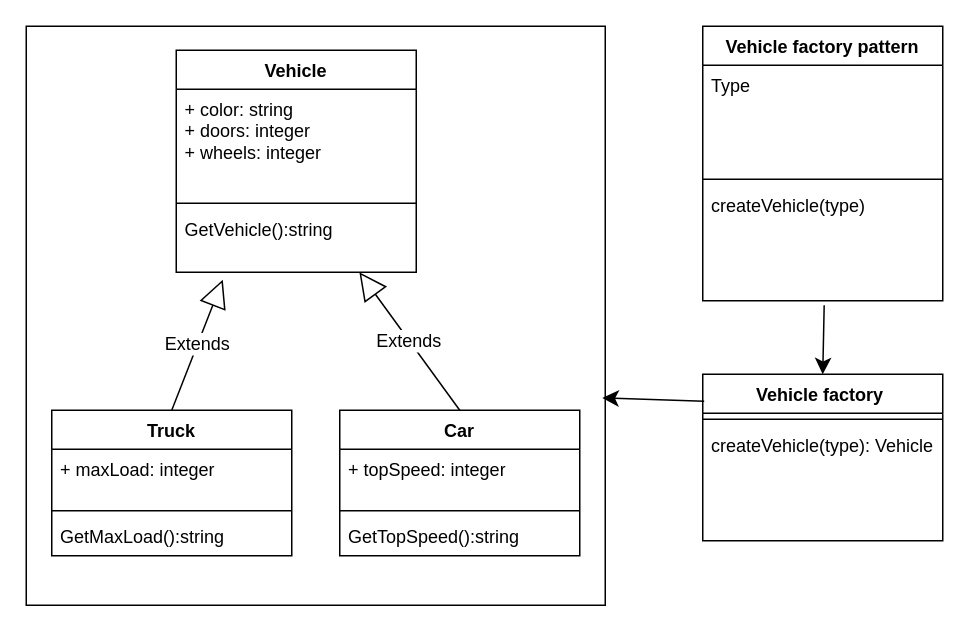
Earlier version of the draw.io diagram page "Page-2" (2 of 2) of firstTask.drawio (MacroFlower/NoroffFirst). Source tidied: cells renumbered, new cells numbered last; positions are measured from the earlier drawing's top-left corner, leaving out a move shared by most shapes. Both pictures are drawn from the tidied source at 150%, with x=0, y=0 at pixel (26, 26).
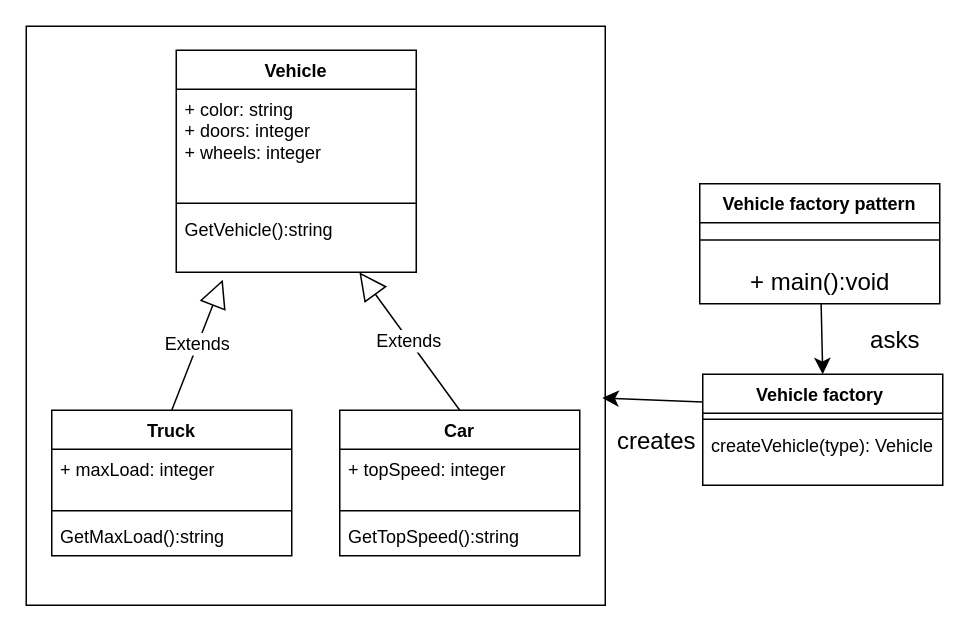
The same page after the edit.

Unchanged cells that the change refers to:
```xml
<mxCell id="2" style="whiteSpace=wrap;html=1;" parent="1" vertex="1">
  <mxGeometry width="386" height="386" as="geometry" />
</mxCell>
```

What changed in the source:
```diff
@@
+    <mxCell id="26" style="edgeStyle=none;curved=1;rounded=0;jettySize=auto;html=1;fontSize=12;startSize=8;endSize=8;entryX=0.5;entryY=0;entryDx=0;entryDy=0;" parent="1" edge="1" source="17" target="21">
+      <mxGeometry relative="1" as="geometry" />
+    </mxCell>
     <mxCell id="17" value="Vehicle factory pattern" style="swimlane;fontStyle=1;align=center;verticalAlign=top;horizontal=1;startSize=26;whiteSpace=wrap;html=1;" parent="1" vertex="1">
-      <mxGeometry x="451" width="160" height="183" as="geometry" />
+      <mxGeometry x="449" y="105" width="160" height="80" as="geometry" />
     </mxCell>
-    <mxCell id="18" value="Type" style="text;strokeColor=none;fillColor=none;align=left;verticalAlign=top;spacingLeft=4;spacingRight=4;overflow=hidden;whiteSpace=wrap;html=1;" parent="17" vertex="1">
-      <mxGeometry y="26" width="160" height="72" as="geometry" />
-    </mxCell>
     <mxCell id="19" style="line;strokeWidth=1;fillColor=none;align=left;verticalAlign=middle;spacingTop=-1;spacingLeft=3;spacingRight=3;labelPosition=right;strokeColor=inherit;" parent="17" vertex="1">
-      <mxGeometry y="98" width="160" height="8" as="geometry" />
+      <mxGeometry y="26" width="160" height="23" as="geometry" />
     </mxCell>
-    <mxCell id="20" value="createVehicle(type)" style="text;strokeColor=none;fillColor=none;align=left;verticalAlign=top;spacingLeft=4;spacingRight=4;overflow=hidden;points=[[0,0.5],[1,0.5]];portConstraint=eastwest;whiteSpace=wrap;html=1;" parent="17" vertex="1">
-      <mxGeometry y="106" width="160" height="77" as="geometry" />
-    </mxCell>
+    <mxCell id="27" value="+ main():void" style="text;html=1;align=center;verticalAlign=middle;strokeColor=none;fillColor=none;fontSize=16;" parent="17" vertex="1">
+      <mxGeometry y="49" width="160" height="31" as="geometry" />
+    </mxCell>
     <mxCell id="21" value="Vehicle factory&amp;nbsp;" style="swimlane;fontStyle=1;align=center;verticalAlign=top;horizontal=1;startSize=26;whiteSpace=wrap;html=1;" parent="1" vertex="1">
-      <mxGeometry x="451" y="232" width="160" height="111" as="geometry" />
+      <mxGeometry x="451" y="232" width="160" height="74" as="geometry" />
     </mxCell>
@@
     <mxCell id="23" value="createVehicle(type): Vehicle" style="text;strokeColor=none;fillColor=none;align=left;verticalAlign=top;spacingLeft=4;spacingRight=4;overflow=hidden;whiteSpace=wrap;html=1;" parent="21" vertex="1">
-      <mxGeometry y="34" width="160" height="77" as="geometry" />
+      <mxGeometry y="34" width="160" height="40" as="geometry" />
     </mxCell>
-    <mxCell id="24" style="endArrow=classic;html=1;rounded=0;fontSize=12;startSize=8;endSize=8;curved=1;exitX=0.006;exitY=0.162;exitDx=0;exitDy=0;exitPerimeter=0;entryX=0.995;entryY=0.642;entryDx=0;entryDy=0;entryPerimeter=0;" parent="1" edge="1" source="21" target="2">
+    <mxCell id="24" style="endArrow=classic;html=1;rounded=0;fontSize=12;startSize=8;endSize=8;curved=1;entryX=0.995;entryY=0.642;entryDx=0;entryDy=0;entryPerimeter=0;exitX=0;exitY=0.25;exitDx=0;exitDy=0;" parent="1" edge="1" source="21" target="2">
       <mxGeometry relative="1" as="geometry" />
     </mxCell>
-    <mxCell id="25" style="endArrow=classic;html=1;rounded=0;fontSize=12;startSize=8;endSize=8;curved=1;exitX=0.506;exitY=1.039;exitDx=0;exitDy=0;exitPerimeter=0;entryX=0.5;entryY=0;entryDx=0;entryDy=0;" parent="1" edge="1" source="20" target="21">
-      <mxGeometry relative="1" as="geometry" />
-    </mxCell>
+    <mxCell id="28" value="asks" style="text;html=1;align=center;verticalAlign=middle;strokeColor=none;fillColor=none;fontSize=16;" parent="1" vertex="1">
+      <mxGeometry x="553" y="193" width="51" height="31" as="geometry" />
+    </mxCell>
+    <mxCell id="29" value="creates" style="text;html=1;align=center;verticalAlign=middle;strokeColor=none;fillColor=none;fontSize=16;" parent="1" vertex="1">
+      <mxGeometry x="384.5" y="260.5" width="70" height="31" as="geometry" />
+    </mxCell>
```
